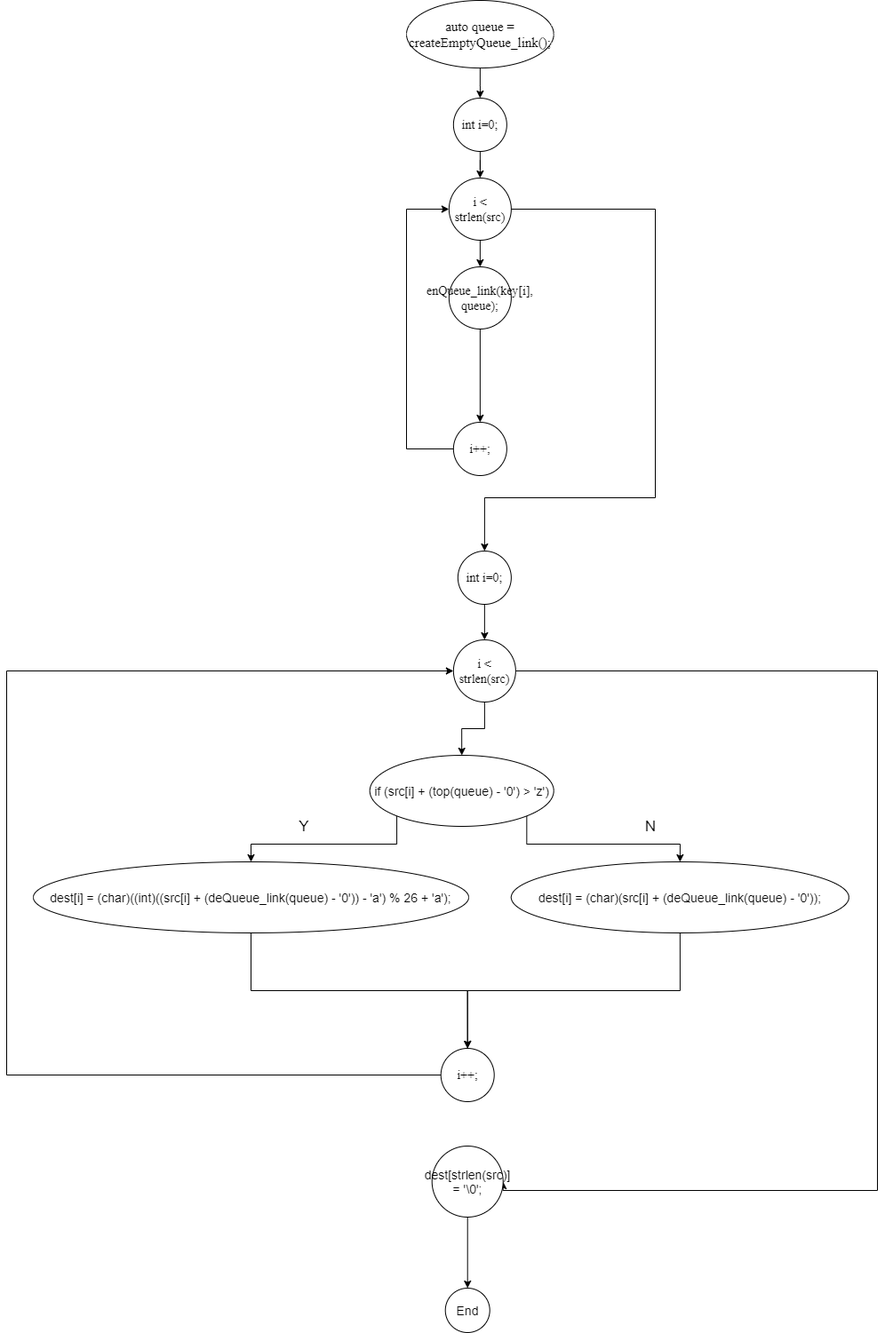
This is CFG.png from PommesPeter/draw.io_diagram, a draw.io export, as it was before one commit. Source tidied: cells renumbered, new cells last; positions are measured from the earlier drawing's top-left corner, leaving out a move shared by most shapes.
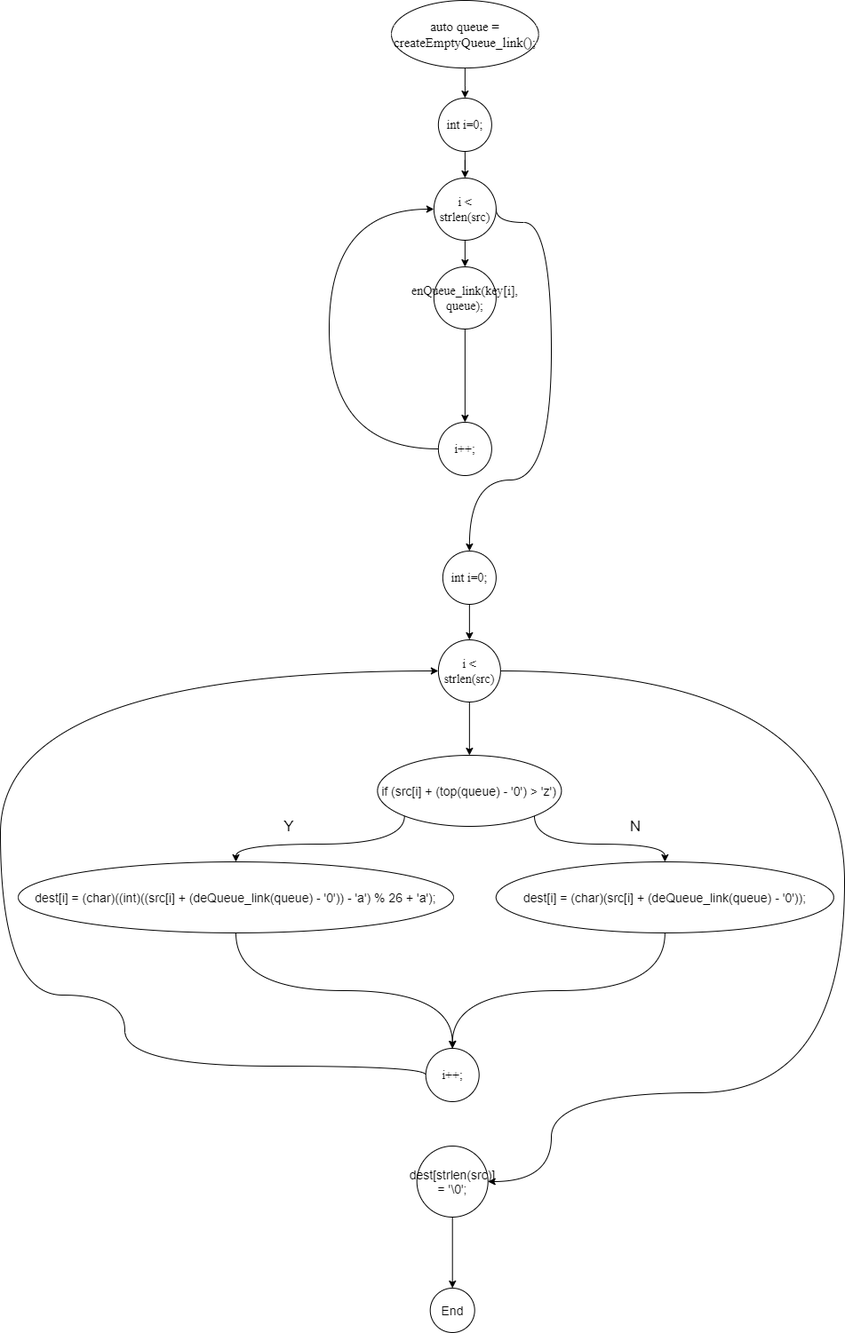
The same file after the commit.

Change to the diagram source:
```diff
@@ -17,23 +17,24 @@
     <mxCell id="6" style="edgeStyle=orthogonalEdgeStyle;rounded=0;jettySize=auto;html=1;exitX=0.5;exitY=1;exitDx=0;exitDy=0;entryX=0.5;entryY=0;entryDx=0;entryDy=0;" parent="1" edge="1" source="8" target="17">
       <mxGeometry relative="1" as="geometry" />
     </mxCell>
-    <mxCell id="7" style="edgeStyle=orthogonalEdgeStyle;rounded=0;jettySize=auto;html=1;exitX=1;exitY=0.5;exitDx=0;exitDy=0;entryX=0.5;entryY=0;entryDx=0;entryDy=0;" parent="1" edge="1" source="8" target="12">
+    <mxCell id="7" style="edgeStyle=orthogonalEdgeStyle;rounded=0;jettySize=auto;html=1;exitX=1;exitY=0.5;exitDx=0;exitDy=0;entryX=0.5;entryY=0;entryDx=0;entryDy=0;curved=1;" parent="1" edge="1" source="8" target="12">
       <mxGeometry relative="1" as="geometry">
         <Array as="points">
-          <mxPoint x="730" y="235" />
-          <mxPoint x="730" y="560" />
-          <mxPoint x="538" y="560" />
+          <mxPoint x="568" y="250" />
+          <mxPoint x="630" y="250" />
+          <mxPoint x="630" y="540" />
+          <mxPoint x="538" y="540" />
         </Array>
       </mxGeometry>
     </mxCell>
     <mxCell id="8" value="&lt;font face=&quot;Times New Roman&quot;&gt;i &amp;lt; strlen(src)&lt;/font&gt;" style="ellipse;whiteSpace=wrap;html=1;" parent="1" vertex="1">
       <mxGeometry x="497.9" y="200" width="70" height="70" as="geometry" />
     </mxCell>
-    <mxCell id="9" style="edgeStyle=orthogonalEdgeStyle;rounded=0;jettySize=auto;html=1;exitX=0;exitY=0.5;exitDx=0;exitDy=0;entryX=0;entryY=0.5;entryDx=0;entryDy=0;" parent="1" edge="1" source="10" target="8">
+    <mxCell id="9" style="edgeStyle=orthogonalEdgeStyle;rounded=0;jettySize=auto;html=1;exitX=0;exitY=0.5;exitDx=0;exitDy=0;entryX=0;entryY=0.5;entryDx=0;entryDy=0;curved=1;" parent="1" edge="1" source="10" target="8">
       <mxGeometry relative="1" as="geometry">
         <Array as="points">
-          <mxPoint x="450" y="505" />
-          <mxPoint x="450" y="235" />
+          <mxPoint x="380" y="505" />
+          <mxPoint x="380" y="235" />
         </Array>
       </mxGeometry>
     </mxCell>
@@ -49,11 +50,13 @@
     <mxCell id="13" style="edgeStyle=orthogonalEdgeStyle;rounded=0;jettySize=auto;html=1;entryX=0.5;entryY=0;entryDx=0;entryDy=0;" parent="1" edge="1" source="15" target="20">
       <mxGeometry relative="1" as="geometry" />
     </mxCell>
-    <mxCell id="14" style="edgeStyle=orthogonalEdgeStyle;rounded=0;jettySize=auto;html=1;entryX=1;entryY=0.5;entryDx=0;entryDy=0;" parent="1" edge="1" source="15" target="28">
+    <mxCell id="14" style="edgeStyle=orthogonalEdgeStyle;rounded=0;jettySize=auto;html=1;entryX=1;entryY=0.5;entryDx=0;entryDy=0;curved=1;" parent="1" edge="1" source="15" target="28">
       <mxGeometry relative="1" as="geometry">
         <Array as="points">
-          <mxPoint x="980" y="755" />
-          <mxPoint x="980" y="1340" />
+          <mxPoint x="960" y="755" />
+          <mxPoint x="960" y="1230" />
+          <mxPoint x="630" y="1230" />
+          <mxPoint x="630" y="1330" />
         </Array>
       </mxGeometry>
     </mxCell>
@@ -66,22 +69,22 @@
     <mxCell id="17" value="&lt;font style=&quot;font-size: 10px&quot; face=&quot;Times New Roman&quot;&gt;enQueue_link(key[i], queue);&lt;/font&gt;" style="ellipse;whiteSpace=wrap;html=1;" parent="1" vertex="1">
       <mxGeometry x="497.9" y="300" width="70" height="70" as="geometry" />
     </mxCell>
-    <mxCell id="18" style="edgeStyle=orthogonalEdgeStyle;rounded=0;jettySize=auto;html=1;exitX=0;exitY=1;exitDx=0;exitDy=0;entryX=0.5;entryY=0;entryDx=0;entryDy=0;" parent="1" edge="1" source="20" target="22">
+    <mxCell id="18" style="edgeStyle=orthogonalEdgeStyle;rounded=0;jettySize=auto;html=1;exitX=0;exitY=1;exitDx=0;exitDy=0;entryX=0.5;entryY=0;entryDx=0;entryDy=0;curved=1;" parent="1" edge="1" source="20" target="22">
       <mxGeometry relative="1" as="geometry" />
     </mxCell>
-    <mxCell id="19" style="edgeStyle=orthogonalEdgeStyle;rounded=0;jettySize=auto;html=1;exitX=1;exitY=1;exitDx=0;exitDy=0;entryX=0.5;entryY=0;entryDx=0;entryDy=0;" parent="1" edge="1" source="20" target="24">
+    <mxCell id="19" style="edgeStyle=orthogonalEdgeStyle;rounded=0;jettySize=auto;html=1;exitX=1;exitY=1;exitDx=0;exitDy=0;entryX=0.5;entryY=0;entryDx=0;entryDy=0;curved=1;" parent="1" edge="1" source="20" target="24">
       <mxGeometry relative="1" as="geometry" />
     </mxCell>
     <mxCell id="20" value="if (src[i] + (top(queue) - '0') &amp;gt; 'z')" style="ellipse;whiteSpace=wrap;html=1;" parent="1" vertex="1">
-      <mxGeometry x="408.7" y="850" width="207" height="80" as="geometry" />
+      <mxGeometry x="434.4" y="850" width="207" height="80" as="geometry" />
     </mxCell>
-    <mxCell id="21" style="edgeStyle=orthogonalEdgeStyle;rounded=0;jettySize=auto;html=1;exitX=0.5;exitY=1;exitDx=0;exitDy=0;" parent="1" edge="1" source="22" target="30">
+    <mxCell id="21" style="edgeStyle=orthogonalEdgeStyle;rounded=0;jettySize=auto;html=1;exitX=0.5;exitY=1;exitDx=0;exitDy=0;curved=1;" parent="1" edge="1" source="22" target="30">
       <mxGeometry relative="1" as="geometry" />
     </mxCell>
     <mxCell id="22" value="dest[i] = (char)((int)((src[i] + (deQueue_link(queue) - '0')) - 'a') % 26 + 'a');" style="ellipse;whiteSpace=wrap;html=1;" parent="1" vertex="1">
       <mxGeometry x="30" y="970" width="490" height="80" as="geometry" />
     </mxCell>
-    <mxCell id="23" style="edgeStyle=orthogonalEdgeStyle;rounded=0;jettySize=auto;html=1;exitX=0.5;exitY=1;exitDx=0;exitDy=0;entryX=0.5;entryY=0;entryDx=0;entryDy=0;" parent="1" edge="1" source="24" target="30">
+    <mxCell id="23" style="edgeStyle=orthogonalEdgeStyle;rounded=0;jettySize=auto;html=1;exitX=0.5;exitY=1;exitDx=0;exitDy=0;entryX=0.5;entryY=0;entryDx=0;entryDy=0;curved=1;" parent="1" edge="1" source="24" target="30">
       <mxGeometry relative="1" as="geometry" />
     </mxCell>
     <mxCell id="24" value="dest[i] = (char)(src[i] + (deQueue_link(queue) - '0'));" style="ellipse;whiteSpace=wrap;html=1;" parent="1" vertex="1">
@@ -101,11 +104,14 @@
     <mxCell id="28" value="dest[strlen(src)] = '\0';" style="ellipse;whiteSpace=wrap;html=1;" parent="1" vertex="1">
       <mxGeometry x="478.7" y="1290" width="80" height="80" as="geometry" />
     </mxCell>
-    <mxCell id="29" style="edgeStyle=orthogonalEdgeStyle;rounded=0;jettySize=auto;html=1;entryX=0;entryY=0.5;entryDx=0;entryDy=0;" parent="1" edge="1" source="30" target="15">
+    <mxCell id="29" style="edgeStyle=orthogonalEdgeStyle;rounded=0;jettySize=auto;html=1;curved=1;exitX=0;exitY=0.5;exitDx=0;exitDy=0;entryX=0;entryY=0.5;entryDx=0;entryDy=0;" parent="1" edge="1" source="30" target="15">
       <mxGeometry relative="1" as="geometry">
         <Array as="points">
-          <mxPoint y="1210" />
-          <mxPoint y="755" />
+          <mxPoint x="489" y="1200" />
+          <mxPoint x="150" y="1200" />
+          <mxPoint x="150" y="1120" />
+          <mxPoint x="10" y="1120" />
+          <mxPoint x="10" y="755" />
         </Array>
       </mxGeometry>
     </mxCell>
```
